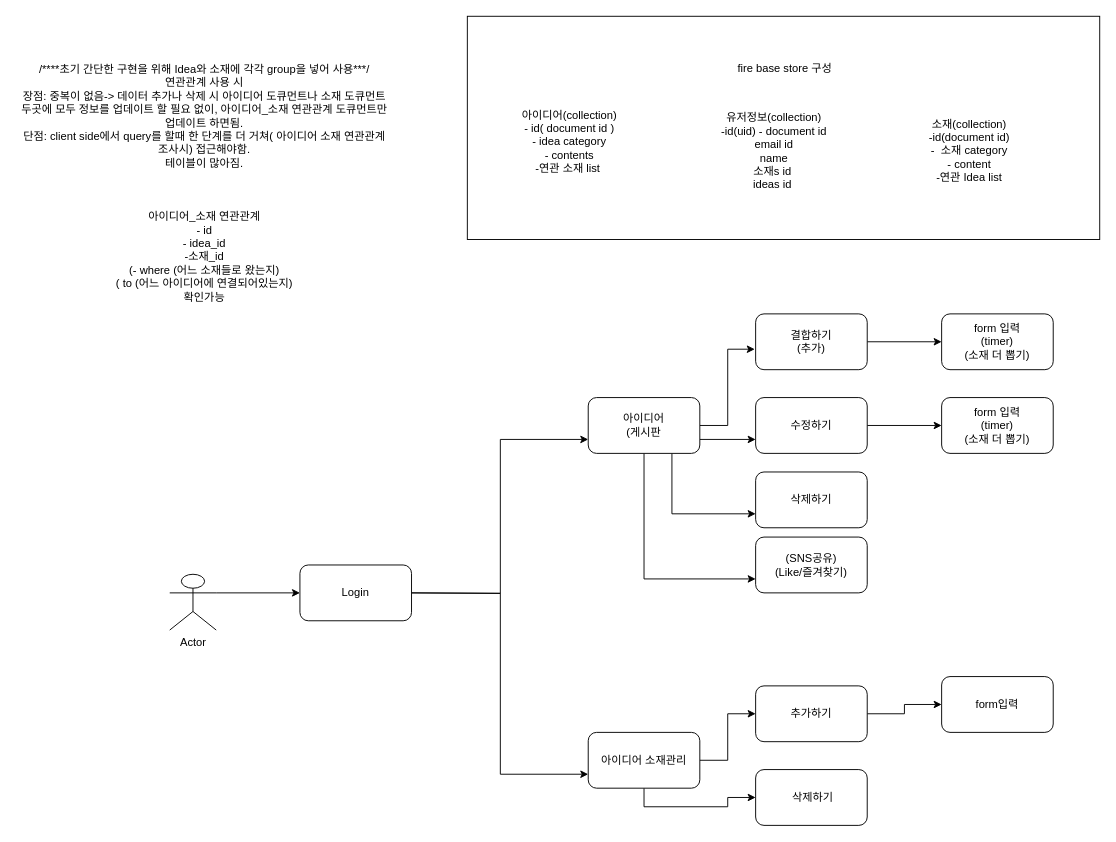
bsjeon87/brainStorm keeps this draw.io diagram as UML.drawio. Above is the earlier version. Source tidied: cells renumbered, new cells numbered last; positions are measured from the earlier drawing's top-left corner, leaving out a move shared by most shapes. Both pictures are drawn from the tidied source at 93%, with x=0, y=0 at pixel (16, 16).
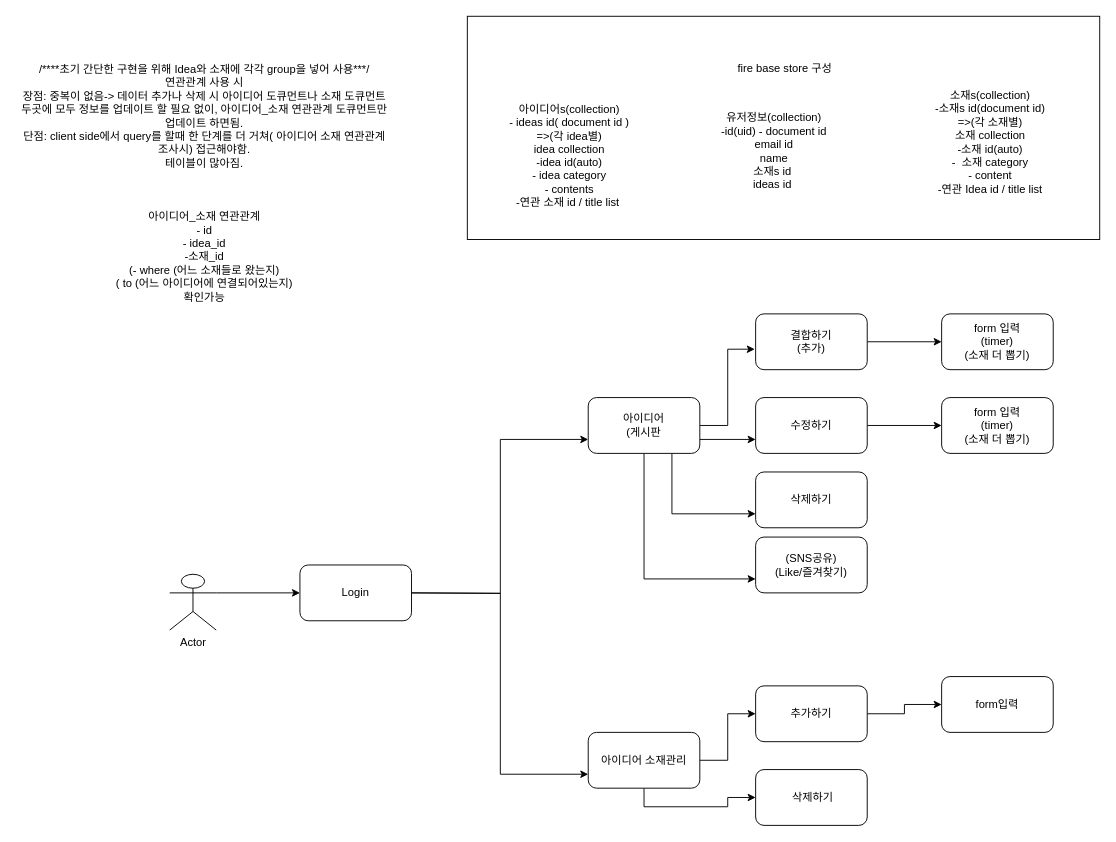
Above is the later version.

The change refers to these unchanged cells:
```xml
<mxCell id="28" style="group;" parent="1" vertex="1">
  <mxGeometry x="485" width="680" height="240" as="geometry" />
</mxCell>
```

Diff of the diagram source:
```diff
@@
-    <mxCell id="30" value="아이디어(collection)&lt;br&gt;- id( document id )&lt;br&gt;- idea category&lt;br&gt;- contents&lt;br&gt;-연관 소재 list&amp;nbsp;" style="text;html=1;strokeColor=none;fillColor=none;align=center;verticalAlign=middle;whiteSpace=wrap;rounded=0;" parent="28" vertex="1">
-      <mxGeometry y="90" width="220" height="90" as="geometry" />
+    <mxCell id="30" value="아이디어s(collection)&lt;br&gt;- ideas id( document id )&lt;br&gt;=&amp;gt;(각 idea별)&lt;br&gt;idea collection&lt;br&gt;-idea id(auto)&lt;br&gt;- idea category&lt;br&gt;- contents&lt;br&gt;-연관 소재 id / title list&amp;nbsp;" style="text;html=1;strokeColor=none;fillColor=none;align=center;verticalAlign=middle;whiteSpace=wrap;rounded=0;" parent="28" vertex="1">
+      <mxGeometry y="90" width="220" height="120" as="geometry" />
     </mxCell>
-    <mxCell id="31" value="소재(collection)&lt;br&gt;-id(document id)&lt;br&gt;-&amp;nbsp; 소재 category&lt;br&gt;- content&lt;br&gt;-연관 Idea list" style="text;html=1;strokeColor=none;fillColor=none;align=center;verticalAlign=middle;whiteSpace=wrap;rounded=0;" parent="28" vertex="1">
-      <mxGeometry x="485" y="100" width="110" height="90" as="geometry" />
+    <mxCell id="31" value="소재s(collection)&lt;br&gt;-소재s id(document id)&lt;br&gt;=&amp;gt;(각 소재별)&lt;br&gt;소재 collection&lt;br&gt;-소재 id(auto)&lt;br&gt;-&amp;nbsp; 소재 category&lt;br&gt;- content&lt;br&gt;-연관 Idea id / title list" style="text;html=1;strokeColor=none;fillColor=none;align=center;verticalAlign=middle;whiteSpace=wrap;rounded=0;" parent="28" vertex="1">
+      <mxGeometry x="485" y="80" width="155" height="110" as="geometry" />
     </mxCell>
```
